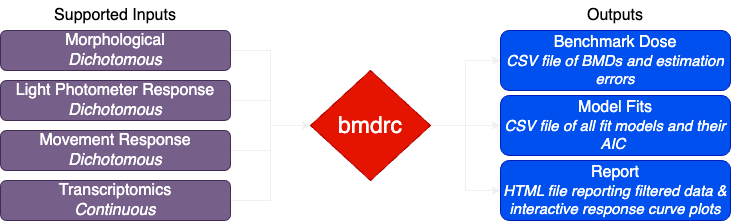
The draw.io diagram bmdrc.png in PNNL-CompBio/bmdrc, before a commit. Source tidied: cells renumbered, new cells last; positions are measured from the earlier drawing's top-left corner, leaving out a move shared by most shapes.
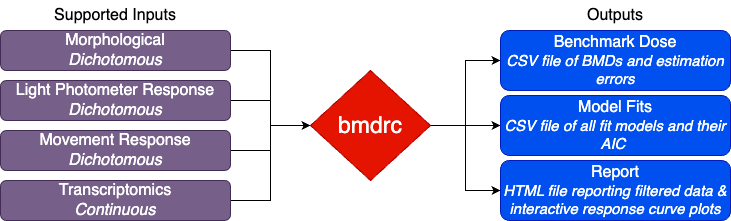
Above is the later version.

Commit message:
Storing bmdrc python package

The edit, as a diff of the source:
```diff
@@ -2,13 +2,13 @@
   <root>
     <mxCell id="0" />
     <mxCell id="1" parent="0" />
-    <mxCell id="2" style="edgeStyle=orthogonalEdgeStyle;rounded=0;jettySize=auto;html=1;exitX=1;exitY=0.5;exitDx=0;exitDy=0;entryX=0;entryY=0.5;entryDx=0;entryDy=0;" parent="1" edge="1" source="3" target="14">
+    <mxCell id="2" style="edgeStyle=orthogonalEdgeStyle;rounded=0;jettySize=auto;html=1;exitX=1;exitY=0.5;exitDx=0;exitDy=0;entryX=0;entryY=0.5;entryDx=0;entryDy=0;strokeColor=#000000;" parent="1" edge="1" source="3" target="14">
       <mxGeometry relative="1" as="geometry" />
     </mxCell>
     <mxCell id="3" value="&lt;font style=&quot;font-size: 16px;&quot;&gt;Morphological&lt;br&gt;&lt;i&gt;Dichotomous&lt;/i&gt;&lt;/font&gt;" style="rounded=1;whiteSpace=wrap;html=1;fontSize=12;glass=0;strokeWidth=1;shadow=0;fillColor=#76608a;fontColor=#ffffff;strokeColor=#432D57;" parent="1" vertex="1">
       <mxGeometry y="30" width="230" height="40" as="geometry" />
     </mxCell>
-    <mxCell id="4" style="edgeStyle=orthogonalEdgeStyle;rounded=0;jettySize=auto;html=1;exitX=1;exitY=0.5;exitDx=0;exitDy=0;entryX=0;entryY=0.5;entryDx=0;entryDy=0;" parent="1" edge="1" source="5" target="14">
+    <mxCell id="4" style="edgeStyle=orthogonalEdgeStyle;rounded=0;jettySize=auto;html=1;exitX=1;exitY=0.5;exitDx=0;exitDy=0;entryX=0;entryY=0.5;entryDx=0;entryDy=0;strokeColor=#000000;" parent="1" edge="1" source="5" target="14">
       <mxGeometry relative="1" as="geometry" />
     </mxCell>
     <mxCell id="5" value="&lt;font style=&quot;font-size: 16px;&quot;&gt;Light Photometer Response&lt;br&gt;&lt;i&gt;Dichotomous&lt;/i&gt;&lt;/font&gt;" style="rounded=1;whiteSpace=wrap;html=1;fontSize=12;glass=0;strokeWidth=1;shadow=0;fillColor=#76608a;fontColor=#ffffff;strokeColor=#432D57;" parent="1" vertex="1">
@@ -17,25 +17,25 @@
     <mxCell id="6" style="edgeStyle=orthogonalEdgeStyle;rounded=0;jettySize=auto;html=1;exitX=1;exitY=0.5;exitDx=0;exitDy=0;entryX=0;entryY=0.5;entryDx=0;entryDy=0;" parent="1" edge="1" source="8" target="14">
       <mxGeometry relative="1" as="geometry" />
     </mxCell>
-    <mxCell id="7" style="edgeStyle=orthogonalEdgeStyle;rounded=0;jettySize=auto;html=1;exitX=1;exitY=0.5;exitDx=0;exitDy=0;entryX=0;entryY=0.5;entryDx=0;entryDy=0;" parent="1" edge="1" source="8" target="14">
+    <mxCell id="7" style="edgeStyle=orthogonalEdgeStyle;rounded=0;jettySize=auto;html=1;exitX=1;exitY=0.5;exitDx=0;exitDy=0;entryX=0;entryY=0.5;entryDx=0;entryDy=0;strokeColor=#000000;" parent="1" edge="1" source="8" target="14">
       <mxGeometry relative="1" as="geometry" />
     </mxCell>
     <mxCell id="8" value="&lt;font style=&quot;font-size: 16px;&quot;&gt;Movement Response&lt;br&gt;&lt;i&gt;Dichotomous&lt;/i&gt;&lt;/font&gt;" style="rounded=1;whiteSpace=wrap;html=1;fontSize=12;glass=0;strokeWidth=1;shadow=0;fillColor=#76608a;fontColor=#ffffff;strokeColor=#432D57;" parent="1" vertex="1">
       <mxGeometry y="130" width="230" height="40" as="geometry" />
     </mxCell>
-    <mxCell id="9" style="edgeStyle=orthogonalEdgeStyle;rounded=0;jettySize=auto;html=1;exitX=1;exitY=0.5;exitDx=0;exitDy=0;entryX=0;entryY=0.5;entryDx=0;entryDy=0;" parent="1" edge="1" source="10" target="14">
+    <mxCell id="9" style="edgeStyle=orthogonalEdgeStyle;rounded=0;jettySize=auto;html=1;exitX=1;exitY=0.5;exitDx=0;exitDy=0;entryX=0;entryY=0.5;entryDx=0;entryDy=0;strokeColor=#000000;" parent="1" edge="1" source="10" target="14">
       <mxGeometry relative="1" as="geometry" />
     </mxCell>
     <mxCell id="10" value="&lt;font style=&quot;font-size: 16px;&quot;&gt;Transcriptomics&lt;br&gt;&lt;i&gt;Continuous&lt;/i&gt;&lt;/font&gt;" style="rounded=1;whiteSpace=wrap;html=1;fontSize=12;glass=0;strokeWidth=1;shadow=0;fillColor=#76608a;fontColor=#ffffff;strokeColor=#432D57;" parent="1" vertex="1">
       <mxGeometry y="180" width="230" height="40" as="geometry" />
     </mxCell>
-    <mxCell id="11" style="edgeStyle=orthogonalEdgeStyle;rounded=0;jettySize=auto;html=1;exitX=1;exitY=0.5;exitDx=0;exitDy=0;entryX=0;entryY=0.5;entryDx=0;entryDy=0;" parent="1" edge="1" source="14" target="16">
+    <mxCell id="11" style="edgeStyle=orthogonalEdgeStyle;rounded=0;jettySize=auto;html=1;exitX=1;exitY=0.5;exitDx=0;exitDy=0;entryX=0;entryY=0.5;entryDx=0;entryDy=0;strokeColor=#000000;" parent="1" edge="1" source="14" target="16">
       <mxGeometry relative="1" as="geometry" />
     </mxCell>
-    <mxCell id="12" style="edgeStyle=orthogonalEdgeStyle;rounded=0;jettySize=auto;html=1;exitX=1;exitY=0.5;exitDx=0;exitDy=0;entryX=0;entryY=0.5;entryDx=0;entryDy=0;" parent="1" edge="1" source="14" target="18">
+    <mxCell id="12" style="edgeStyle=orthogonalEdgeStyle;rounded=0;jettySize=auto;html=1;exitX=1;exitY=0.5;exitDx=0;exitDy=0;entryX=0;entryY=0.5;entryDx=0;entryDy=0;strokeColor=#000000;" parent="1" edge="1" source="14" target="18">
       <mxGeometry relative="1" as="geometry" />
     </mxCell>
-    <mxCell id="13" style="edgeStyle=orthogonalEdgeStyle;rounded=0;jettySize=auto;html=1;exitX=1;exitY=0.5;exitDx=0;exitDy=0;entryX=0;entryY=0.5;entryDx=0;entryDy=0;" parent="1" edge="1" source="14" target="17">
+    <mxCell id="13" style="edgeStyle=orthogonalEdgeStyle;rounded=0;jettySize=auto;html=1;exitX=1;exitY=0.5;exitDx=0;exitDy=0;entryX=0;entryY=0.5;entryDx=0;entryDy=0;strokeColor=#000000;" parent="1" edge="1" source="14" target="17">
       <mxGeometry relative="1" as="geometry" />
     </mxCell>
     <mxCell id="14" value="&lt;font style=&quot;font-size: 23px;&quot;&gt;bmdrc&lt;/font&gt;" style="rhombus;whiteSpace=wrap;html=1;fillColor=#e51400;fontColor=#ffffff;strokeColor=#B20000;" parent="1" vertex="1">
```
